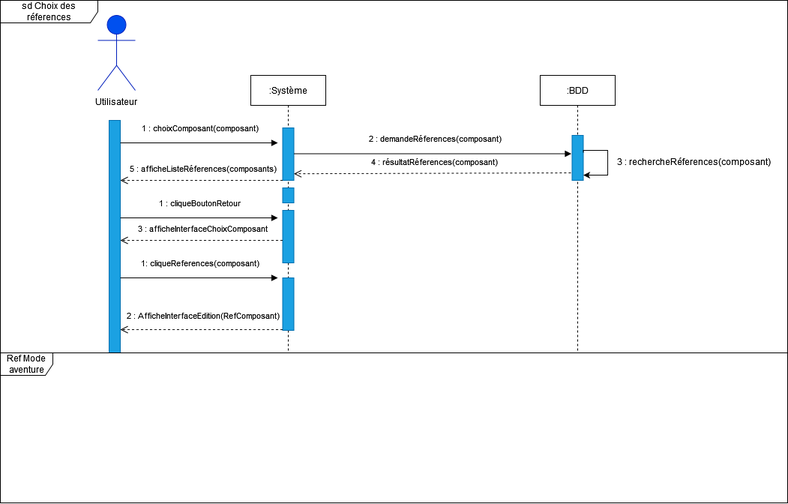
This is Spécification des exigences/UML/sequence/Construction de la fusee/Mode aventure/Choix_des_réferences.png from zestones/stellastone, a draw.io export, as it was before one commit. Source tidied: cells renumbered, new cells last; positions are measured from the earlier drawing's top-left corner, leaving out a move shared by most shapes.
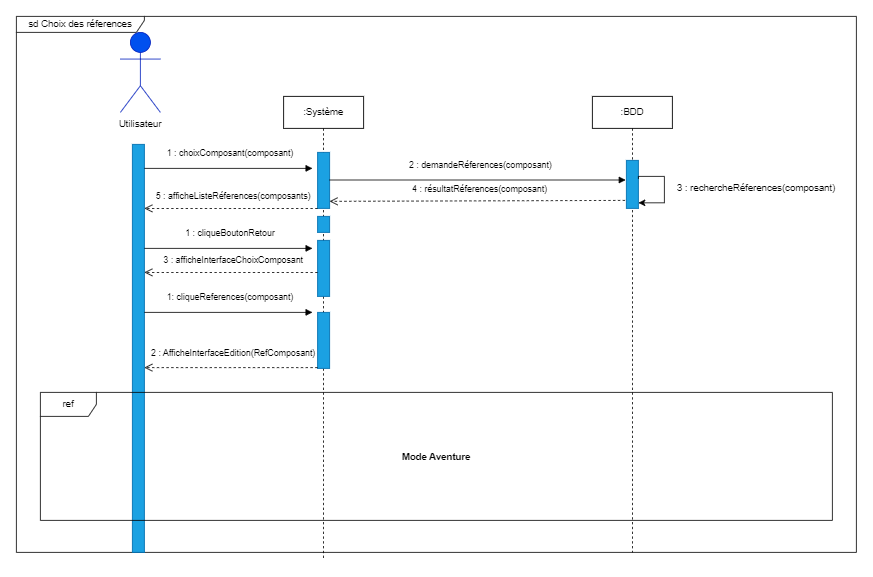
Above is the later version.

Change to the diagram source:
```diff
@@ -2,7 +2,7 @@
   <root>
     <mxCell id="0" />
     <mxCell id="1" parent="0" />
-    <mxCell id="2" value="sd Choix des réferences" style="shape=umlFrame;whiteSpace=wrap;html=1;width=130;height=30;" parent="1" vertex="1">
+    <mxCell id="2" value="sd Choix des réferences" style="shape=umlFrame;whiteSpace=wrap;html=1;width=160;height=20;" parent="1" vertex="1">
       <mxGeometry width="1050" height="670" as="geometry" />
     </mxCell>
     <mxCell id="3" value="&lt;b&gt;Utilisateur&lt;/b&gt;" style="shape=umlActor;verticalLabelPosition=bottom;verticalAlign=top;html=1;fillColor=#0050ef;fontColor=#ffffff;strokeColor=#001DBC;" parent="1" vertex="1">
@@ -12,7 +12,7 @@
       <mxGeometry x="125" y="120" width="60" height="30" as="geometry" />
     </mxCell>
     <mxCell id="5" value=":Système" style="shape=umlLifeline;perimeter=lifelinePerimeter;whiteSpace=wrap;html=1;" parent="1" vertex="1">
-      <mxGeometry x="334" y="100" width="100" height="370" as="geometry" />
+      <mxGeometry x="334" y="100" width="100" height="580" as="geometry" />
     </mxCell>
     <mxCell id="6" style="rounded=0;whiteSpace=wrap;html=1;fillColor=#1ba1e2;fontColor=#ffffff;strokeColor=#006EAF;" parent="5" vertex="1">
       <mxGeometry x="42.5" y="180" width="15" height="70" as="geometry" />
@@ -24,13 +24,13 @@
       <mxGeometry x="42.5" y="270" width="15" height="70" as="geometry" />
     </mxCell>
     <mxCell id="9" value=":BDD" style="shape=umlLifeline;perimeter=lifelinePerimeter;whiteSpace=wrap;html=1;" parent="1" vertex="1">
-      <mxGeometry x="720" y="100" width="100" height="370" as="geometry" />
+      <mxGeometry x="720" y="100" width="100" height="570" as="geometry" />
     </mxCell>
     <mxCell id="10" style="rounded=0;whiteSpace=wrap;html=1;fillColor=#1ba1e2;fontColor=#ffffff;strokeColor=#006EAF;" parent="9" vertex="1">
       <mxGeometry x="42.5" y="80" width="15" height="60" as="geometry" />
     </mxCell>
     <mxCell id="11" style="rounded=0;whiteSpace=wrap;html=1;fillColor=#1ba1e2;fontColor=#ffffff;strokeColor=#006EAF;" parent="1" vertex="1">
-      <mxGeometry x="145" y="160" width="15" height="310" as="geometry" />
+      <mxGeometry x="145" y="160" width="15" height="510" as="geometry" />
     </mxCell>
     <mxCell id="12" style="rounded=0;whiteSpace=wrap;html=1;fillColor=#1ba1e2;fontColor=#ffffff;strokeColor=#006EAF;" parent="1" vertex="1">
       <mxGeometry x="376.5" y="170" width="15" height="70" as="geometry" />
@@ -99,8 +99,11 @@
         </Array>
       </mxGeometry>
     </mxCell>
-    <mxCell id="23" value="Ref Mode aventure" style="shape=umlFrame;whiteSpace=wrap;html=1;width=70;height=30;" parent="1" vertex="1">
-      <mxGeometry y="470" width="1050" height="200" as="geometry" />
+    <mxCell id="23" value="ref" style="shape=umlFrame;whiteSpace=wrap;html=1;width=70;height=30;" parent="1" vertex="1">
+      <mxGeometry x="30" y="470" width="990" height="160" as="geometry" />
     </mxCell>
+    <mxCell id="24" value="Mode Aventure" style="text;align=center;fontStyle=1;verticalAlign=middle;spacingLeft=3;spacingRight=3;strokeColor=none;" parent="1" vertex="1">
+      <mxGeometry x="485" y="537" width="80" height="26" as="geometry" />
+    </mxCell>
   </root>
 </mxGraphModel>
```
